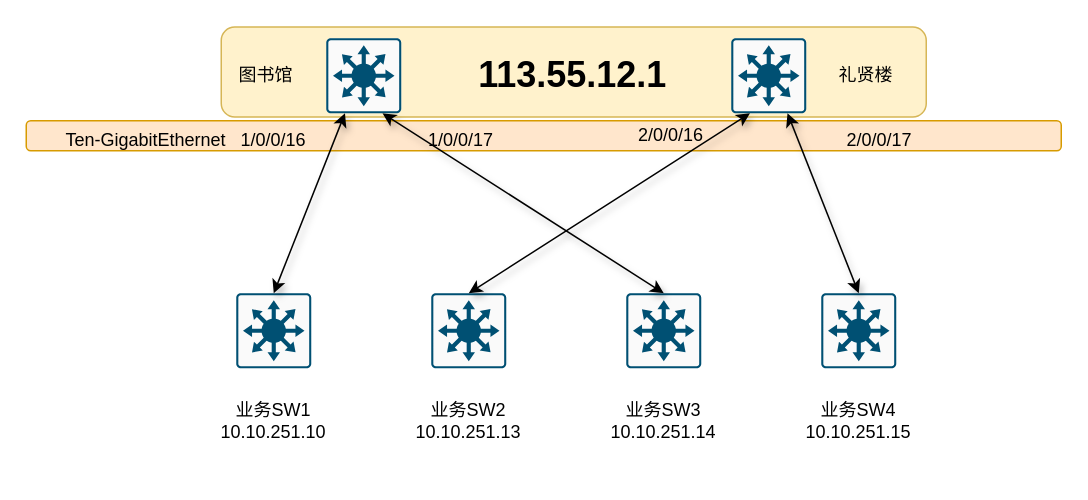
Above: itc-datacenter-switch.drawio in ynu/imagehub (draw.io), before the change. Source tidied: cells renumbered, new cells numbered last; positions are measured from the earlier drawing's top-left corner, leaving out a move shared by most shapes. Both pictures are drawn from the tidied source at 150%, with x=0, y=0 at pixel (26, 26).
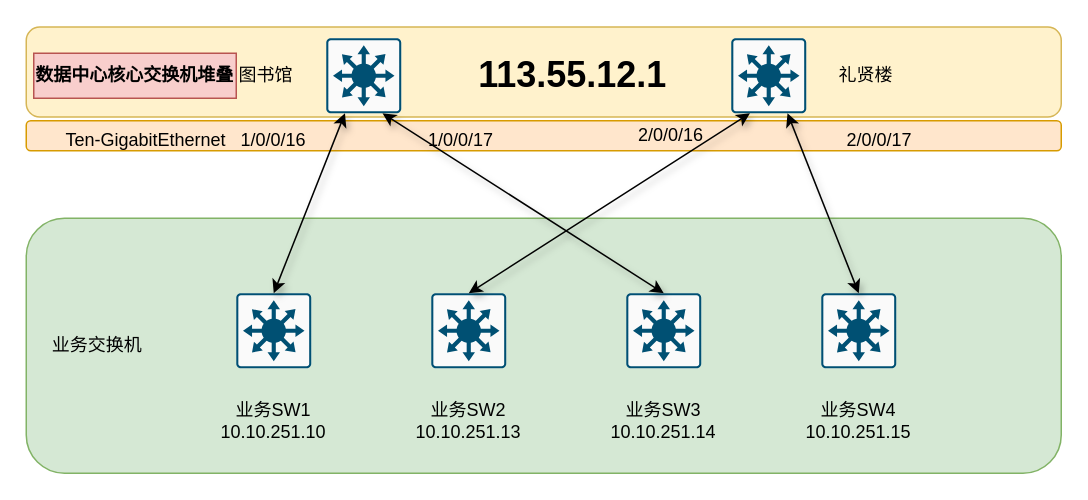
The same page after the edit.

The edit, as a diff of the source:
```diff
@@
+    <mxCell id="26" style="rounded=1;whiteSpace=wrap;html=1;fillColor=#d5e8d4;strokeColor=#82b366;" parent="1" vertex="1">
+      <mxGeometry y="128" width="690" height="170" as="geometry" />
+    </mxCell>
     <mxCell id="2" style="rounded=1;whiteSpace=wrap;html=1;fillColor=#fff2cc;strokeColor=#d6b656;" parent="1" vertex="1">
-      <mxGeometry x="130" y="0.5" width="470" height="60" as="geometry" />
+      <mxGeometry y="0.5" width="690" height="60" as="geometry" />
     </mxCell>
@@
+    <mxCell id="27" value="数据中心核心交换机堆叠" style="text;html=1;align=center;verticalAlign=middle;whiteSpace=wrap;rounded=0;fontStyle=1;fillColor=#f8cecc;strokeColor=#b85450;" parent="1" vertex="1">
+      <mxGeometry x="5" y="18" width="135" height="30" as="geometry" />
+    </mxCell>
+    <mxCell id="28" value="业务交换机" style="text;html=1;align=center;verticalAlign=middle;whiteSpace=wrap;rounded=0;" parent="1" vertex="1">
+      <mxGeometry x="10" y="198" width="75" height="30" as="geometry" />
+    </mxCell>
```
